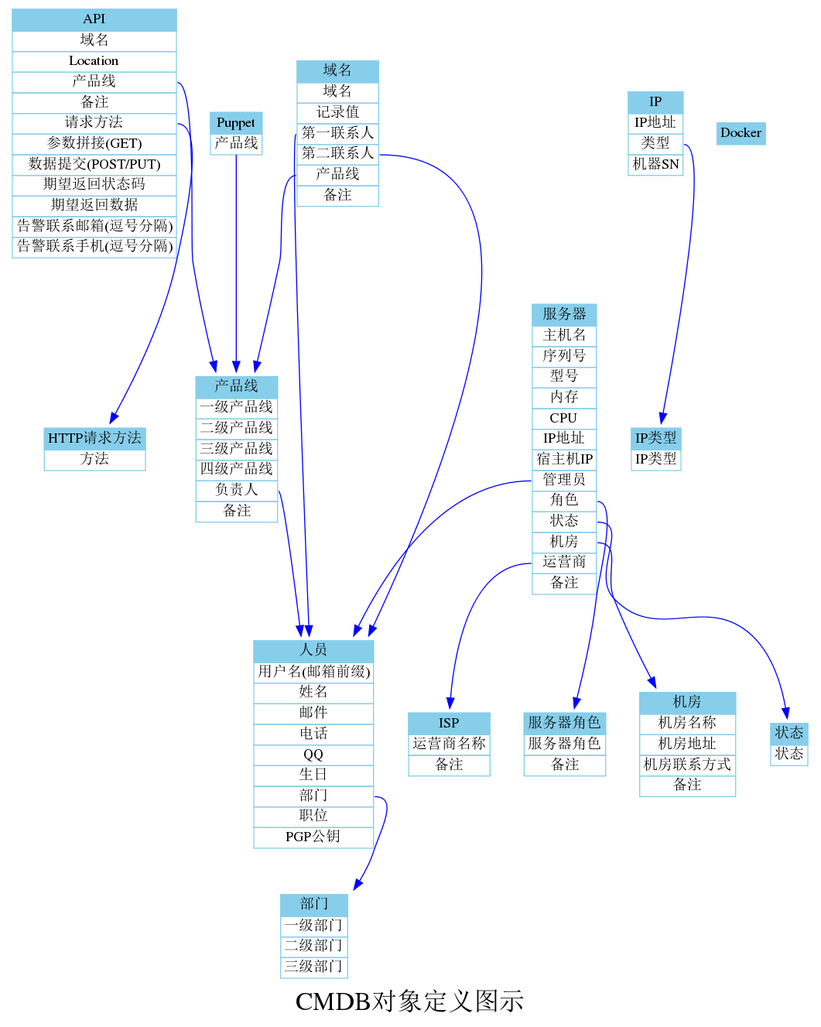
Before: cmdb/yourcmdb/gen-object-xml/cmdb_nosub.png, a diagram exported from Graphviz (annProg/learn). Its source is kept beside it as cmdb/yourcmdb/gen-object-xml/cmdb_nosub.dot. Source of this version:
```dot
digraph cmdb {
 label="CMDB对象定义图示";
fontsize=25;
 rankdir=TB;
        "HTTP请求方法" [color="skyblue", shape="plaintext", label=<<table border="0" cellborder="1" cellspacing="0" align="left"><tr><td bgcolor="skyblue">HTTP请求方法</td></tr><tr><td port="method">方法</td></tr></table>>];
        "IP类型" [color="skyblue", shape="plaintext", label=<<table border="0" cellborder="1" cellspacing="0" align="left"><tr><td bgcolor="skyblue">IP类型</td></tr><tr><td port="iptype">IP类型</td></tr></table>>];
        "ISP" [color="skyblue", shape="plaintext", label=<<table border="0" cellborder="1" cellspacing="0" align="left"><tr><td bgcolor="skyblue">ISP</td></tr><tr><td port="isp">运营商名称</td></tr><tr><td port="comment">备注</td></tr></table>>];
        "部门" [color="skyblue", shape="plaintext", label=<<table border="0" cellborder="1" cellspacing="0" align="left"><tr><td bgcolor="skyblue">部门</td></tr><tr><td port="level1">一级部门</td></tr><tr><td port="level2">二级部门</td></tr><tr><td port="level3">三级部门</td></tr></table>>];
        "产品线":contact -> "人员" [color="blue",side="l"];
        "产品线" [color="skyblue", shape="plaintext", label=<<table border="0" cellborder="1" cellspacing="0" align="left"><tr><td bgcolor="skyblue">产品线</td></tr><tr><td port="level1">一级产品线</td></tr><tr><td port="level2">二级产品线</td></tr><tr><td port="level3">三级产品线</td></tr><tr><td port="level4">四级产品线</td></tr><tr><td port="contact">负责人</td></tr><tr><td port="comment">备注</td></tr></table>>];
        "服务器角色" [color="skyblue", shape="plaintext", label=<<table border="0" cellborder="1" cellspacing="0" align="left"><tr><td bgcolor="skyblue">服务器角色</td></tr><tr><td port="role">服务器角色</td></tr><tr><td port="comment">备注</td></tr></table>>];
        "机房" [color="skyblue", shape="plaintext", label=<<table border="0" cellborder="1" cellspacing="0" align="left"><tr><td bgcolor="skyblue">机房</td></tr><tr><td port="idc">机房名称</td></tr><tr><td port="address">机房地址</td></tr><tr><td port="contact">机房联系方式</td></tr><tr><td port="comment">备注</td></tr></table>>];
        "人员":depart -> "部门" [color="blue",side="l"];
        "人员" [color="skyblue", shape="plaintext", label=<<table border="0" cellborder="1" cellspacing="0" align="left"><tr><td bgcolor="skyblue">人员</td></tr><tr><td port="staff">用户名(邮箱前缀)</td></tr><tr><td port="name">姓名</td></tr><tr><td port="email">邮件</td></tr><tr><td port="phone">电话</td></tr><tr><td port="qq">QQ</td></tr><tr><td port="birth">生日</td></tr><tr><td port="depart">部门</td></tr><tr><td port="title">职位</td></tr><tr><td port="pgppub">PGP公钥</td></tr></table>>];
        "状态" [color="skyblue", shape="plaintext", label=<<table border="0" cellborder="1" cellspacing="0" align="left"><tr><td bgcolor="skyblue">状态</td></tr><tr><td port="status">状态</td></tr></table>>];
        "API":product -> "产品线" [color="blue",side="l"];
        "API":method -> "HTTP请求方法" [color="blue",side="l"];
        "API" [color="skyblue", shape="plaintext", label=<<table border="0" cellborder="1" cellspacing="0" align="left"><tr><td bgcolor="skyblue">API</td></tr><tr><td port="domain">域名</td></tr><tr><td port="location">Location</td></tr><tr><td port="product">产品线</td></tr><tr><td port="comment">备注</td></tr><tr><td port="method">请求方法</td></tr><tr><td port="param">参数拼接(GET)</td></tr><tr><td port="data">数据提交(POST/PUT)</td></tr><tr><td port="responsecode">期望返回状态码</td></tr><tr><td port="responsedata">期望返回数据</td></tr><tr><td port="alertemail">告警联系邮箱(逗号分隔)</td></tr><tr><td port="alertphone">告警联系手机(逗号分隔)</td></tr></table>>];
        "Docker" [color="skyblue", shape="plaintext", label=<<table border="0" cellborder="1" cellspacing="0" align="left"><tr><td bgcolor="skyblue">Docker</td></tr></table>>];
        "Puppet":product -> "产品线" [color="blue",side="l"];
        "Puppet" [color="skyblue", shape="plaintext", label=<<table border="0" cellborder="1" cellspacing="0" align="left"><tr><td bgcolor="skyblue">Puppet</td></tr><tr><td port="product">产品线</td></tr></table>>];
        "IP":iptype -> "IP类型" [color="blue",side="l"];
        "IP" [color="skyblue", shape="plaintext", label=<<table border="0" cellborder="1" cellspacing="0" align="left"><tr><td bgcolor="skyblue">IP</td></tr><tr><td port="ip">IP地址</td></tr><tr><td port="iptype">类型</td></tr><tr><td port="sn">机器SN</td></tr></table>>];
        "服务器":administrator -> "人员" [color="blue",side="l"];
        "服务器":role -> "服务器角色" [color="blue",side="l"];
        "服务器":status -> "状态" [color="blue",side="l"];
        "服务器":location -> "机房" [color="blue",side="l"];
        "服务器":isp -> "ISP" [color="blue",side="l"];
        "服务器" [color="skyblue", shape="plaintext", label=<<table border="0" cellborder="1" cellspacing="0" align="left"><tr><td bgcolor="skyblue">服务器</td></tr><tr><td port="hostname">主机名</td></tr><tr><td port="sn">序列号</td></tr><tr><td port="model">型号</td></tr><tr><td port="mem">内存</td></tr><tr><td port="cpu">CPU</td></tr><tr><td port="ip">IP地址</td></tr><tr><td port="hypervisor-ip">宿主机IP</td></tr><tr><td port="administrator">管理员</td></tr><tr><td port="role">角色</td></tr><tr><td port="status">状态</td></tr><tr><td port="location">机房</td></tr><tr><td port="isp">运营商</td></tr><tr><td port="comment">备注</td></tr></table>>];
        "域名":contact1 -> "人员" [color="blue",side="l"];
        "域名":contact2 -> "人员" [color="blue",side="l"];
        "域名":product -> "产品线" [color="blue",side="l"];
        "域名" [color="skyblue", shape="plaintext", label=<<table border="0" cellborder="1" cellspacing="0" align="left"><tr><td bgcolor="skyblue">域名</td></tr><tr><td port="domain">域名</td></tr><tr><td port="record">记录值</td></tr><tr><td port="contact1">第一联系人</td></tr><tr><td port="contact2">第二联系人</td></tr><tr><td port="product">产品线</td></tr><tr><td port="comment">备注</td></tr></table>>];
}
```
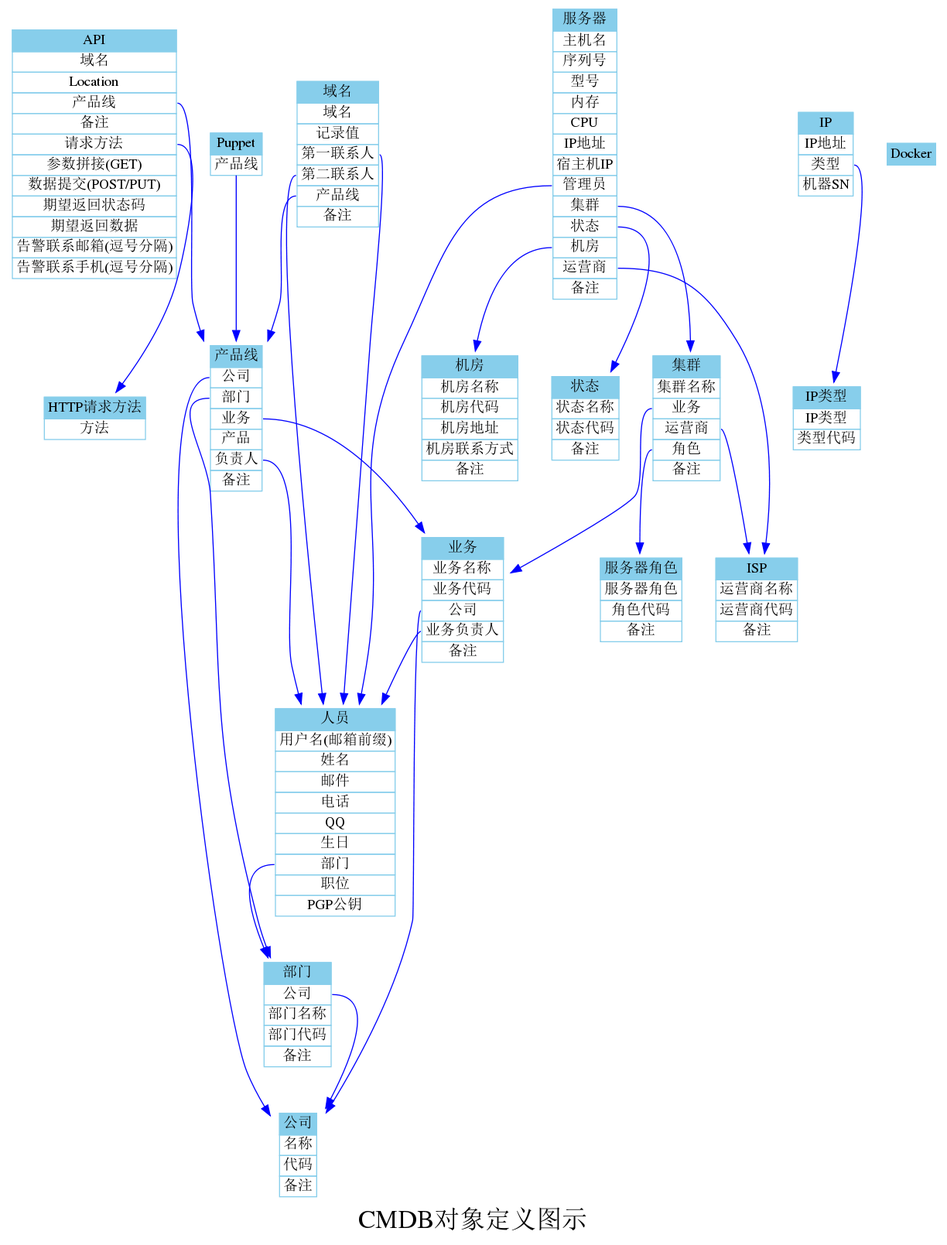
The same diagram one commit later.

Diff of the diagram source:
```diff
@@ -3,16 +3,28 @@
 fontsize=25;
  rankdir=TB;
         "HTTP请求方法" [color="skyblue", shape="plaintext", label=<<table border="0" cellborder="1" cellspacing="0" align="left"><tr><td bgcolor="skyblue">HTTP请求方法</td></tr><tr><td port="method">方法</td></tr></table>>];
-        "IP类型" [color="skyblue", shape="plaintext", label=<<table border="0" cellborder="1" cellspacing="0" align="left"><tr><td bgcolor="skyblue">IP类型</td></tr><tr><td port="iptype">IP类型</td></tr></table>>];
-        "ISP" [color="skyblue", shape="plaintext", label=<<table border="0" cellborder="1" cellspacing="0" align="left"><tr><td bgcolor="skyblue">ISP</td></tr><tr><td port="isp">运营商名称</td></tr><tr><td port="comment">备注</td></tr></table>>];
-        "部门" [color="skyblue", shape="plaintext", label=<<table border="0" cellborder="1" cellspacing="0" align="left"><tr><td bgcolor="skyblue">部门</td></tr><tr><td port="level1">一级部门</td></tr><tr><td port="level2">二级部门</td></tr><tr><td port="level3">三级部门</td></tr></table>>];
+        "IP类型" [color="skyblue", shape="plaintext", label=<<table border="0" cellborder="1" cellspacing="0" align="left"><tr><td bgcolor="skyblue">IP类型</td></tr><tr><td port="iptype">IP类型</td></tr><tr><td port="code">类型代码</td></tr></table>>];
+        "ISP" [color="skyblue", shape="plaintext", label=<<table border="0" cellborder="1" cellspacing="0" align="left"><tr><td bgcolor="skyblue">ISP</td></tr><tr><td port="isp">运营商名称</td></tr><tr><td port="code">运营商代码</td></tr><tr><td port="comment">备注</td></tr></table>>];
+        "部门":corp -> "公司" [color="blue",side="l"];
+        "部门" [color="skyblue", shape="plaintext", label=<<table border="0" cellborder="1" cellspacing="0" align="left"><tr><td bgcolor="skyblue">部门</td></tr><tr><td port="corp">公司</td></tr><tr><td port="name">部门名称</td></tr><tr><td port="code">部门代码</td></tr><tr><td port="comment">备注</td></tr></table>>];
+        "产品线":level1 -> "公司" [color="blue",side="l"];
+        "产品线":level2 -> "部门" [color="blue",side="l"];
+        "产品线":level3 -> "业务" [color="blue",side="l"];
         "产品线":contact -> "人员" [color="blue",side="l"];
-        "产品线" [color="skyblue", shape="plaintext", label=<<table border="0" cellborder="1" cellspacing="0" align="left"><tr><td bgcolor="skyblue">产品线</td></tr><tr><td port="level1">一级产品线</td></tr><tr><td port="level2">二级产品线</td></tr><tr><td port="level3">三级产品线</td></tr><tr><td port="level4">四级产品线</td></tr><tr><td port="contact">负责人</td></tr><tr><td port="comment">备注</td></tr></table>>];
-        "服务器角色" [color="skyblue", shape="plaintext", label=<<table border="0" cellborder="1" cellspacing="0" align="left"><tr><td bgcolor="skyblue">服务器角色</td></tr><tr><td port="role">服务器角色</td></tr><tr><td port="comment">备注</td></tr></table>>];
-        "机房" [color="skyblue", shape="plaintext", label=<<table border="0" cellborder="1" cellspacing="0" align="left"><tr><td bgcolor="skyblue">机房</td></tr><tr><td port="idc">机房名称</td></tr><tr><td port="address">机房地址</td></tr><tr><td port="contact">机房联系方式</td></tr><tr><td port="comment">备注</td></tr></table>>];
+        "产品线" [color="skyblue", shape="plaintext", label=<<table border="0" cellborder="1" cellspacing="0" align="left"><tr><td bgcolor="skyblue">产品线</td></tr><tr><td port="level1">公司</td></tr><tr><td port="level2">部门</td></tr><tr><td port="level3">业务</td></tr><tr><td port="level4">产品</td></tr><tr><td port="contact">负责人</td></tr><tr><td port="comment">备注</td></tr></table>>];
+        "服务器角色" [color="skyblue", shape="plaintext", label=<<table border="0" cellborder="1" cellspacing="0" align="left"><tr><td bgcolor="skyblue">服务器角色</td></tr><tr><td port="role">服务器角色</td></tr><tr><td port="code">角色代码</td></tr><tr><td port="comment">备注</td></tr></table>>];
+        "公司" [color="skyblue", shape="plaintext", label=<<table border="0" cellborder="1" cellspacing="0" align="left"><tr><td bgcolor="skyblue">公司</td></tr><tr><td port="name">名称</td></tr><tr><td port="code">代码</td></tr><tr><td port="comment">备注</td></tr></table>>];
+        "机房" [color="skyblue", shape="plaintext", label=<<table border="0" cellborder="1" cellspacing="0" align="left"><tr><td bgcolor="skyblue">机房</td></tr><tr><td port="idc">机房名称</td></tr><tr><td port="code">机房代码</td></tr><tr><td port="address">机房地址</td></tr><tr><td port="contact">机房联系方式</td></tr><tr><td port="comment">备注</td></tr></table>>];
+        "集群":business -> "业务" [color="blue",side="l"];
+        "集群":isp -> "ISP" [color="blue",side="l"];
+        "集群":role -> "服务器角色" [color="blue",side="l"];
+        "集群" [color="skyblue", shape="plaintext", label=<<table border="0" cellborder="1" cellspacing="0" align="left"><tr><td bgcolor="skyblue">集群</td></tr><tr><td port="name">集群名称</td></tr><tr><td port="business">业务</td></tr><tr><td port="isp">运营商</td></tr><tr><td port="role">角色</td></tr><tr><td port="comment">备注</td></tr></table>>];
         "人员":depart -> "部门" [color="blue",side="l"];
         "人员" [color="skyblue", shape="plaintext", label=<<table border="0" cellborder="1" cellspacing="0" align="left"><tr><td bgcolor="skyblue">人员</td></tr><tr><td port="staff">用户名(邮箱前缀)</td></tr><tr><td port="name">姓名</td></tr><tr><td port="email">邮件</td></tr><tr><td port="phone">电话</td></tr><tr><td port="qq">QQ</td></tr><tr><td port="birth">生日</td></tr><tr><td port="depart">部门</td></tr><tr><td port="title">职位</td></tr><tr><td port="pgppub">PGP公钥</td></tr></table>>];
-        "状态" [color="skyblue", shape="plaintext", label=<<table border="0" cellborder="1" cellspacing="0" align="left"><tr><td bgcolor="skyblue">状态</td></tr><tr><td port="status">状态</td></tr></table>>];
+        "业务":corp -> "公司" [color="blue",side="l"];
+        "业务":contact -> "人员" [color="blue",side="l"];
+        "业务" [color="skyblue", shape="plaintext", label=<<table border="0" cellborder="1" cellspacing="0" align="left"><tr><td bgcolor="skyblue">业务</td></tr><tr><td port="name">业务名称</td></tr><tr><td port="code">业务代码</td></tr><tr><td port="corp">公司</td></tr><tr><td port="contact">业务负责人</td></tr><tr><td port="comment">备注</td></tr></table>>];
+        "状态" [color="skyblue", shape="plaintext", label=<<table border="0" cellborder="1" cellspacing="0" align="left"><tr><td bgcolor="skyblue">状态</td></tr><tr><td port="status">状态名称</td></tr><tr><td port="code">状态代码</td></tr><tr><td port="comment">备注</td></tr></table>>];
         "API":product -> "产品线" [color="blue",side="l"];
         "API":method -> "HTTP请求方法" [color="blue",side="l"];
         "API" [color="skyblue", shape="plaintext", label=<<table border="0" cellborder="1" cellspacing="0" align="left"><tr><td bgcolor="skyblue">API</td></tr><tr><td port="domain">域名</td></tr><tr><td port="location">Location</td></tr><tr><td port="product">产品线</td></tr><tr><td port="comment">备注</td></tr><tr><td port="method">请求方法</td></tr><tr><td port="param">参数拼接(GET)</td></tr><tr><td port="data">数据提交(POST/PUT)</td></tr><tr><td port="responsecode">期望返回状态码</td></tr><tr><td port="responsedata">期望返回数据</td></tr><tr><td port="alertemail">告警联系邮箱(逗号分隔)</td></tr><tr><td port="alertphone">告警联系手机(逗号分隔)</td></tr></table>>];
@@ -22,11 +34,11 @@
         "IP":iptype -> "IP类型" [color="blue",side="l"];
         "IP" [color="skyblue", shape="plaintext", label=<<table border="0" cellborder="1" cellspacing="0" align="left"><tr><td bgcolor="skyblue">IP</td></tr><tr><td port="ip">IP地址</td></tr><tr><td port="iptype">类型</td></tr><tr><td port="sn">机器SN</td></tr></table>>];
         "服务器":administrator -> "人员" [color="blue",side="l"];
-        "服务器":role -> "服务器角色" [color="blue",side="l"];
+        "服务器":cluster -> "集群" [color="blue",side="l"];
         "服务器":status -> "状态" [color="blue",side="l"];
         "服务器":location -> "机房" [color="blue",side="l"];
         "服务器":isp -> "ISP" [color="blue",side="l"];
-        "服务器" [color="skyblue", shape="plaintext", label=<<table border="0" cellborder="1" cellspacing="0" align="left"><tr><td bgcolor="skyblue">服务器</td></tr><tr><td port="hostname">主机名</td></tr><tr><td port="sn">序列号</td></tr><tr><td port="model">型号</td></tr><tr><td port="mem">内存</td></tr><tr><td port="cpu">CPU</td></tr><tr><td port="ip">IP地址</td></tr><tr><td port="hypervisor-ip">宿主机IP</td></tr><tr><td port="administrator">管理员</td></tr><tr><td port="role">角色</td></tr><tr><td port="status">状态</td></tr><tr><td port="location">机房</td></tr><tr><td port="isp">运营商</td></tr><tr><td port="comment">备注</td></tr></table>>];
+        "服务器" [color="skyblue", shape="plaintext", label=<<table border="0" cellborder="1" cellspacing="0" align="left"><tr><td bgcolor="skyblue">服务器</td></tr><tr><td port="hostname">主机名</td></tr><tr><td port="sn">序列号</td></tr><tr><td port="model">型号</td></tr><tr><td port="mem">内存</td></tr><tr><td port="cpu">CPU</td></tr><tr><td port="ip">IP地址</td></tr><tr><td port="hypervisor-ip">宿主机IP</td></tr><tr><td port="administrator">管理员</td></tr><tr><td port="cluster">集群</td></tr><tr><td port="status">状态</td></tr><tr><td port="location">机房</td></tr><tr><td port="isp">运营商</td></tr><tr><td port="comment">备注</td></tr></table>>];
         "域名":contact1 -> "人员" [color="blue",side="l"];
         "域名":contact2 -> "人员" [color="blue",side="l"];
         "域名":product -> "产品线" [color="blue",side="l"];
```
